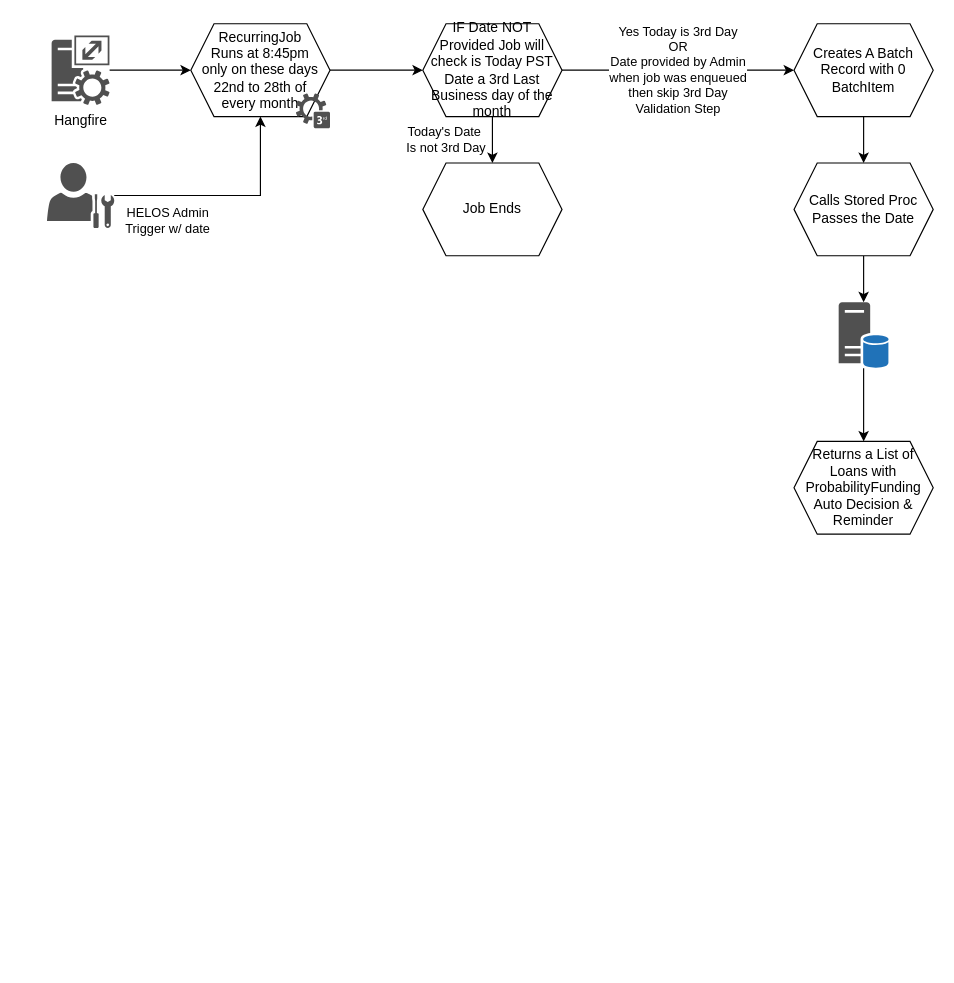
lhesnadeemshaikh/los keeps this draw.io diagram as LO-29162.drawio. Above is the earlier version. Source tidied: cells renumbered, new cells numbered last; positions are measured from the earlier drawing's top-left corner, leaving out a move shared by most shapes. Both pictures are drawn from the tidied source at 116%, with x=0, y=0 at pixel (46, 23).
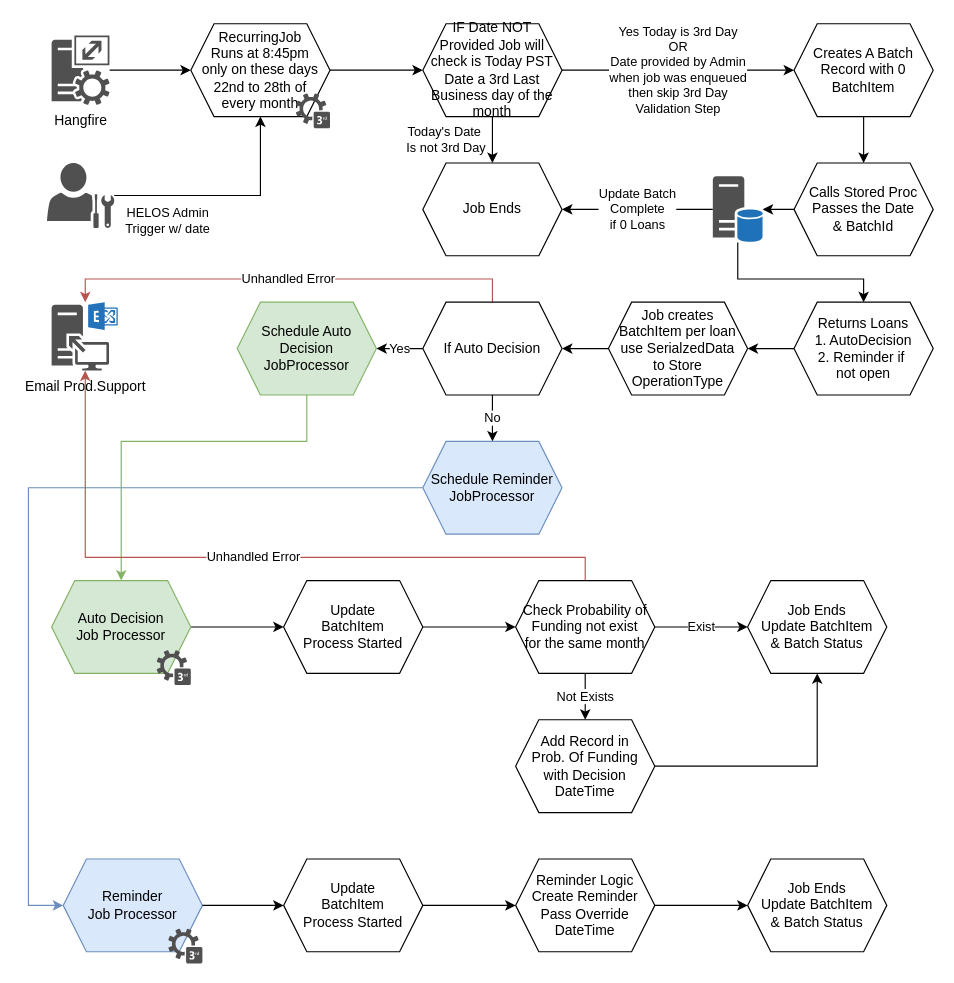
The same page after the edit.

The change refers to these unchanged cells:
```xml
<mxCell id="14" value="Job Ends" style="shape=hexagon;perimeter=hexagonPerimeter2;whiteSpace=wrap;html=1;fixedSize=1;" parent="1" vertex="1">
  <mxGeometry x="324" y="120" width="120" height="80" as="geometry" />
</mxCell>
```

What changed in the source:
```diff
@@
-    <mxCell id="16" value="Calls Stored Proc&lt;br&gt;Passes the Date" style="shape=hexagon;perimeter=hexagonPerimeter2;whiteSpace=wrap;html=1;fixedSize=1;" parent="1" vertex="1">
+    <mxCell id="16" value="Calls Stored Proc&lt;br&gt;Passes the Date&lt;br&gt;&amp;amp; BatchId" style="shape=hexagon;perimeter=hexagonPerimeter2;whiteSpace=wrap;html=1;fixedSize=1;" parent="1" vertex="1">
       <mxGeometry x="644" y="120" width="120" height="80" as="geometry" />
     </mxCell>
     <mxCell id="17" style="edgeStyle=orthogonalEdgeStyle;rounded=0;jettySize=auto;html=1;" parent="1" edge="1" source="18" target="19">
-      <mxGeometry relative="1" as="geometry" />
+      <mxGeometry relative="1" as="geometry">
+        <Array as="points">
+          <mxPoint x="596" y="220" />
+          <mxPoint x="704" y="220" />
+        </Array>
+      </mxGeometry>
     </mxCell>
+    <mxCell id="21" value="Update Batch&lt;br&gt;Complete&lt;br&gt;if 0 Loans" style="edgeStyle=orthogonalEdgeStyle;rounded=0;jettySize=auto;html=1;entryX=1;entryY=0.5;entryDx=0;entryDy=0;" parent="1" edge="1" source="18" target="14">
+      <mxGeometry relative="1" as="geometry" />
+    </mxCell>
     <mxCell id="18" style="shadow=0;dashed=0;html=1;strokeColor=none;fillColor=#505050;labelPosition=center;verticalLabelPosition=bottom;verticalAlign=top;outlineConnect=0;align=center;shape=mxgraph.office.databases.database_server_blue;" parent="1" vertex="1">
-      <mxGeometry x="682.5" y="240" width="43" height="57" as="geometry" />
+      <mxGeometry x="574" y="131.5" width="43" height="57" as="geometry" />
     </mxCell>
+    <mxCell id="22" style="edgeStyle=orthogonalEdgeStyle;rounded=0;jettySize=auto;html=1;" parent="1" edge="1" source="19" target="24">
+      <mxGeometry relative="1" as="geometry" />
+    </mxCell>
-    <mxCell id="19" value="Returns a List of Loans with ProbabilityFunding Auto Decision &amp;amp;&lt;br&gt;Reminder" style="shape=hexagon;perimeter=hexagonPerimeter2;whiteSpace=wrap;html=1;fixedSize=1;" parent="1" vertex="1">
-      <mxGeometry x="644" y="360" width="120" height="80" as="geometry" />
+    <mxCell id="19" value="Returns Loans&lt;br&gt;1. AutoDecision&lt;br&gt;2. Reminder if&amp;nbsp;&lt;br&gt;not open" style="shape=hexagon;perimeter=hexagonPerimeter2;whiteSpace=wrap;html=1;fixedSize=1;" parent="1" vertex="1">
+      <mxGeometry x="644" y="240" width="120" height="80" as="geometry" />
     </mxCell>
@@
+    <mxCell id="23" style="edgeStyle=orthogonalEdgeStyle;rounded=0;jettySize=auto;html=1;" parent="1" edge="1" source="24" target="28">
+      <mxGeometry relative="1" as="geometry" />
+    </mxCell>
+    <mxCell id="24" value="Job creates&lt;br&gt;BatchItem per loan&lt;br&gt;use SerialzedData&lt;br&gt;to Store &lt;br&gt;OperationType" style="shape=hexagon;perimeter=hexagonPerimeter2;whiteSpace=wrap;html=1;fixedSize=1;" parent="1" vertex="1">
+      <mxGeometry x="484" y="240" width="120" height="80" as="geometry" />
+    </mxCell>
+    <mxCell id="25" value="No" style="edgeStyle=orthogonalEdgeStyle;rounded=0;jettySize=auto;html=1;" parent="1" edge="1" source="28" target="30">
+      <mxGeometry relative="1" as="geometry" />
+    </mxCell>
+    <mxCell id="26" value="Yes" style="edgeStyle=orthogonalEdgeStyle;rounded=0;jettySize=auto;html=1;" parent="1" edge="1" source="28" target="32">
+      <mxGeometry relative="1" as="geometry" />
+    </mxCell>
+    <mxCell id="27" value="Unhandled Error" style="edgeStyle=orthogonalEdgeStyle;rounded=0;jettySize=auto;html=1;fillColor=#f8cecc;strokeColor=#b85450;" parent="1" edge="1" source="28" target="33">
+      <mxGeometry relative="1" as="geometry">
+        <Array as="points">
+          <mxPoint x="384" y="220" />
+          <mxPoint x="33" y="220" />
+        </Array>
+      </mxGeometry>
+    </mxCell>
+    <mxCell id="28" value="If Auto Decision" style="shape=hexagon;perimeter=hexagonPerimeter2;whiteSpace=wrap;html=1;fixedSize=1;" parent="1" vertex="1">
+      <mxGeometry x="324" y="240" width="120" height="80" as="geometry" />
+    </mxCell>
+    <mxCell id="29" style="edgeStyle=orthogonalEdgeStyle;rounded=0;jettySize=auto;html=1;fillColor=#dae8fc;strokeColor=#6c8ebf;" parent="1" edge="1" source="30" target="48">
+      <mxGeometry relative="1" as="geometry">
+        <Array as="points">
+          <mxPoint x="-16" y="400" />
+          <mxPoint x="-16" y="760" />
+        </Array>
+      </mxGeometry>
+    </mxCell>
+    <mxCell id="30" value="Schedule Reminder&lt;br&gt;JobProcessor" style="shape=hexagon;perimeter=hexagonPerimeter2;whiteSpace=wrap;html=1;fixedSize=1;fillColor=#dae8fc;strokeColor=#6c8ebf;" parent="1" vertex="1">
+      <mxGeometry x="324" y="360" width="120" height="80" as="geometry" />
+    </mxCell>
+    <mxCell id="31" style="edgeStyle=orthogonalEdgeStyle;rounded=0;jettySize=auto;html=1;entryX=0.5;entryY=0;entryDx=0;entryDy=0;fillColor=#d5e8d4;strokeColor=#82b366;" parent="1" edge="1" source="32" target="45">
+      <mxGeometry relative="1" as="geometry">
+        <Array as="points">
+          <mxPoint x="224" y="360" />
+          <mxPoint x="64" y="360" />
+        </Array>
+      </mxGeometry>
+    </mxCell>
+    <mxCell id="32" value="Schedule Auto Decision&lt;br&gt;JobProcessor" style="shape=hexagon;perimeter=hexagonPerimeter2;whiteSpace=wrap;html=1;fixedSize=1;fillColor=#d5e8d4;strokeColor=#82b366;" parent="1" vertex="1">
+      <mxGeometry x="164" y="240" width="120" height="80" as="geometry" />
+    </mxCell>
+    <mxCell id="33" value="Email Prod.Support" style="shadow=0;dashed=0;html=1;strokeColor=none;fillColor=#505050;labelPosition=center;verticalLabelPosition=bottom;verticalAlign=top;outlineConnect=0;align=center;shape=mxgraph.office.servers.exchange_client_access_server;" parent="1" vertex="1">
+      <mxGeometry x="4" y="240" width="57" height="59" as="geometry" />
+    </mxCell>
+    <mxCell id="34" style="edgeStyle=orthogonalEdgeStyle;rounded=0;jettySize=auto;html=1;" parent="1" edge="1" source="35" target="40">
+      <mxGeometry relative="1" as="geometry" />
+    </mxCell>
+    <mxCell id="35" value="Update&lt;br&gt;BatchItem&lt;br&gt;Process Started" style="shape=hexagon;perimeter=hexagonPerimeter2;whiteSpace=wrap;html=1;fixedSize=1;" parent="1" vertex="1">
+      <mxGeometry x="204" y="480" width="120" height="80" as="geometry" />
+    </mxCell>
+    <mxCell id="36" style="edgeStyle=orthogonalEdgeStyle;rounded=0;jettySize=auto;html=1;" parent="1" edge="1" source="45" target="35">
+      <mxGeometry relative="1" as="geometry" />
+    </mxCell>
+    <mxCell id="37" value="Exist" style="edgeStyle=orthogonalEdgeStyle;rounded=0;jettySize=auto;html=1;" parent="1" edge="1" source="40" target="41">
+      <mxGeometry relative="1" as="geometry" />
+    </mxCell>
+    <mxCell id="38" value="Not Exists" style="edgeStyle=orthogonalEdgeStyle;rounded=0;jettySize=auto;html=1;" parent="1" edge="1" source="40" target="43">
+      <mxGeometry relative="1" as="geometry" />
+    </mxCell>
+    <mxCell id="39" value="Unhandled Error" style="edgeStyle=orthogonalEdgeStyle;rounded=0;jettySize=auto;html=1;fillColor=#f8cecc;strokeColor=#b85450;" parent="1" edge="1" source="40" target="33">
+      <mxGeometry relative="1" as="geometry">
+        <Array as="points">
+          <mxPoint x="464" y="460" />
+          <mxPoint x="33" y="460" />
+        </Array>
+      </mxGeometry>
+    </mxCell>
+    <mxCell id="40" value="Check Probability of Funding not exist&lt;br&gt;for the same month" style="shape=hexagon;perimeter=hexagonPerimeter2;whiteSpace=wrap;html=1;fixedSize=1;" parent="1" vertex="1">
+      <mxGeometry x="404" y="480" width="120" height="80" as="geometry" />
+    </mxCell>
+    <mxCell id="41" value="Job Ends&lt;br&gt;Update BatchItem&lt;br&gt;&amp;amp; Batch Status" style="shape=hexagon;perimeter=hexagonPerimeter2;whiteSpace=wrap;html=1;fixedSize=1;" parent="1" vertex="1">
+      <mxGeometry x="604" y="480" width="120" height="80" as="geometry" />
+    </mxCell>
+    <mxCell id="42" style="edgeStyle=orthogonalEdgeStyle;rounded=0;jettySize=auto;html=1;entryX=0.5;entryY=1;entryDx=0;entryDy=0;" parent="1" edge="1" source="43" target="41">
+      <mxGeometry relative="1" as="geometry" />
+    </mxCell>
+    <mxCell id="43" value="Add Record in&lt;br&gt;Prob. Of Funding&lt;br&gt;with Decision&lt;br&gt;DateTime" style="shape=hexagon;perimeter=hexagonPerimeter2;whiteSpace=wrap;html=1;fixedSize=1;" parent="1" vertex="1">
+      <mxGeometry x="404" y="600" width="120" height="80" as="geometry" />
+    </mxCell>
+    <mxCell id="44" style="group;" parent="1" vertex="1">
+      <mxGeometry x="4" y="480" width="120" height="90" as="geometry" />
+    </mxCell>
+    <mxCell id="45" value="Auto Decision&lt;br&gt;Job Processor" style="shape=hexagon;perimeter=hexagonPerimeter2;whiteSpace=wrap;html=1;fixedSize=1;fillColor=#d5e8d4;strokeColor=#82b366;" parent="44" vertex="1">
+      <mxGeometry width="120" height="80" as="geometry" />
+    </mxCell>
+    <mxCell id="46" style="shadow=0;dashed=0;html=1;strokeColor=none;fillColor=#505050;labelPosition=center;verticalLabelPosition=bottom;verticalAlign=top;align=center;shape=mxgraph.office.communications.3rd_party_service;" parent="44" vertex="1">
+      <mxGeometry x="90.6" y="60" width="29.4" height="30" as="geometry" />
+    </mxCell>
+    <mxCell id="47" style="group;" parent="1" vertex="1">
+      <mxGeometry x="14" y="720" width="120" height="90" as="geometry" />
+    </mxCell>
+    <mxCell id="48" value="Reminder &lt;br&gt;Job Processor" style="shape=hexagon;perimeter=hexagonPerimeter2;whiteSpace=wrap;html=1;fixedSize=1;fillColor=#dae8fc;strokeColor=#6c8ebf;" parent="47" vertex="1">
+      <mxGeometry width="120" height="80" as="geometry" />
+    </mxCell>
+    <mxCell id="49" style="shadow=0;dashed=0;html=1;strokeColor=none;fillColor=#505050;labelPosition=center;verticalLabelPosition=bottom;verticalAlign=top;align=center;shape=mxgraph.office.communications.3rd_party_service;" parent="47" vertex="1">
+      <mxGeometry x="90.6" y="60" width="29.4" height="30" as="geometry" />
+    </mxCell>
+    <mxCell id="50" style="edgeStyle=orthogonalEdgeStyle;rounded=0;jettySize=auto;html=1;" parent="1" edge="1" source="51" target="54">
+      <mxGeometry relative="1" as="geometry" />
+    </mxCell>
+    <mxCell id="51" value="Update&lt;br&gt;BatchItem&lt;br&gt;Process Started" style="shape=hexagon;perimeter=hexagonPerimeter2;whiteSpace=wrap;html=1;fixedSize=1;" parent="1" vertex="1">
+      <mxGeometry x="204" y="720" width="120" height="80" as="geometry" />
+    </mxCell>
+    <mxCell id="52" style="edgeStyle=orthogonalEdgeStyle;rounded=0;jettySize=auto;html=1;" parent="1" edge="1" source="48" target="51">
+      <mxGeometry relative="1" as="geometry" />
+    </mxCell>
+    <mxCell id="53" style="edgeStyle=orthogonalEdgeStyle;rounded=0;jettySize=auto;html=1;" parent="1" edge="1" source="54" target="55">
+      <mxGeometry relative="1" as="geometry" />
+    </mxCell>
+    <mxCell id="54" value="Reminder Logic&lt;br&gt;Create Reminder&lt;br&gt;Pass Override&lt;br&gt;DateTime" style="shape=hexagon;perimeter=hexagonPerimeter2;whiteSpace=wrap;html=1;fixedSize=1;" parent="1" vertex="1">
+      <mxGeometry x="404" y="720" width="120" height="80" as="geometry" />
+    </mxCell>
+    <mxCell id="55" value="Job Ends&lt;br&gt;Update BatchItem&lt;br&gt;&amp;amp; Batch Status" style="shape=hexagon;perimeter=hexagonPerimeter2;whiteSpace=wrap;html=1;fixedSize=1;" parent="1" vertex="1">
+      <mxGeometry x="604" y="720" width="120" height="80" as="geometry" />
+    </mxCell>
```
